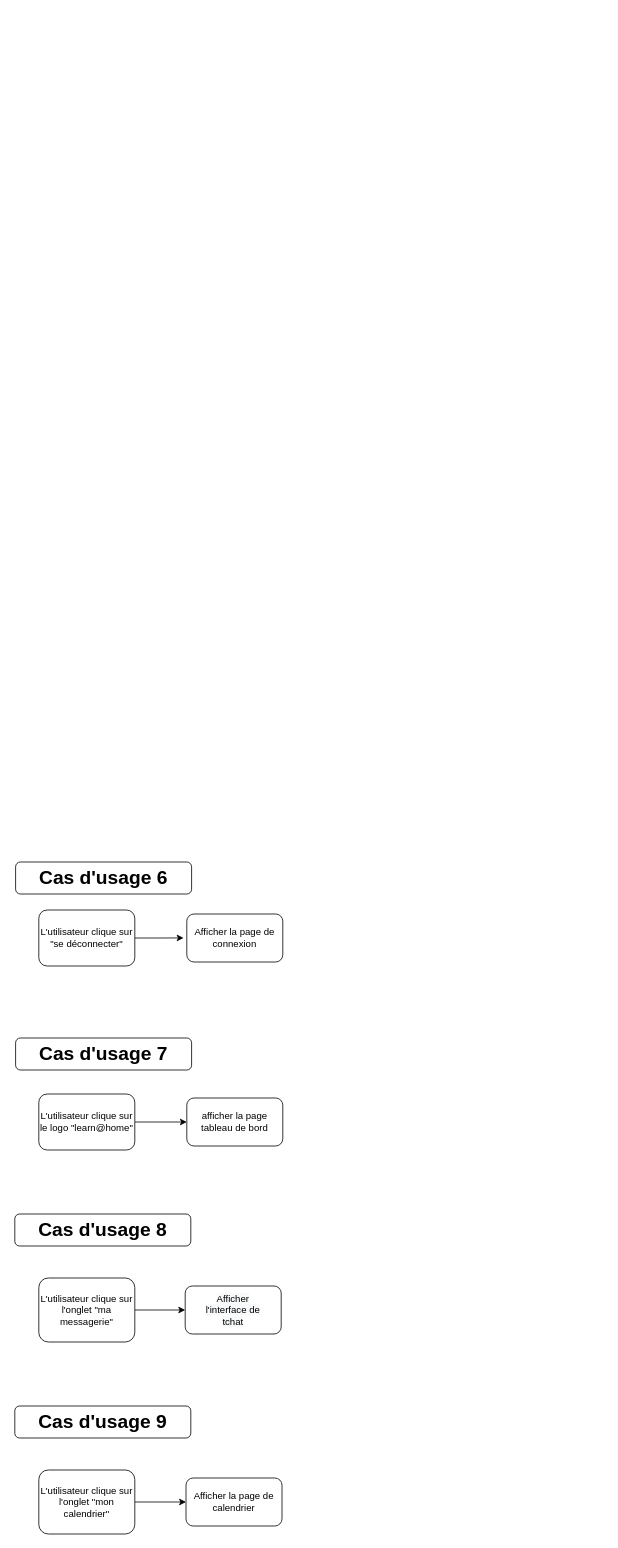
This is page "Page de calendrier" (4 of 5) of Learn@Home_Diagrammes.drawio from Adv13/DENIE_Tiffany_10_03032022, a draw.io file, before an edit. Source tidied: cells renumbered, new cells numbered last; positions are measured from the earlier drawing's top-left corner, leaving out a move shared by most shapes. Both pictures are drawn from the tidied source at 80%, with x=0, y=0 at pixel (14, 862).
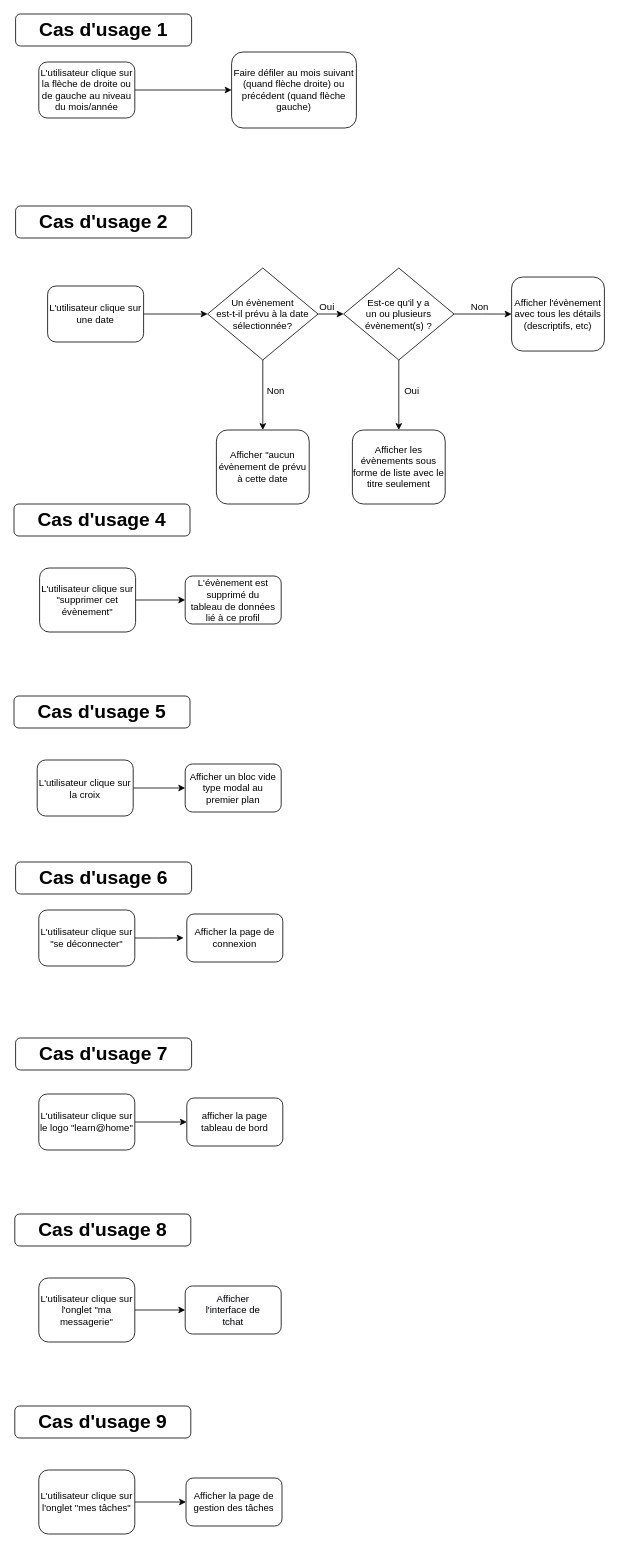
The same diagram, later.

What changed in the source:
```diff
@@
-    <mxCell id="15" value="L'utilisateur clique sur l'onglet &quot;mon calendrier&quot;" style="rounded=1;whiteSpace=wrap;html=1;fontSize=12;" parent="1" vertex="1">
+    <mxCell id="15" value="L'utilisateur clique sur l'onglet &quot;mes tâches&quot;" style="rounded=1;whiteSpace=wrap;html=1;fontSize=12;" parent="1" vertex="1">
       <mxGeometry x="30" y="760" width="120" height="80" as="geometry" />
     </mxCell>
-    <mxCell id="16" value="Afficher la page de calendrier" style="rounded=1;whiteSpace=wrap;html=1;fontSize=12;" parent="1" vertex="1">
+    <mxCell id="16" value="Afficher la page de gestion des tâches" style="rounded=1;whiteSpace=wrap;html=1;fontSize=12;" parent="1" vertex="1">
       <mxGeometry x="214" y="770" width="120" height="60" as="geometry" />
     </mxCell>
@@
+    <mxCell id="18" style="edgeStyle=orthogonalEdgeStyle;rounded=0;jettySize=auto;html=1;exitX=1;exitY=0.5;exitDx=0;exitDy=0;fontSize=12;" parent="1" edge="1" source="19" target="20">
+      <mxGeometry relative="1" as="geometry" />
+    </mxCell>
+    <mxCell id="19" value="L'utilisateur clique sur la flèche de droite ou de gauche au niveau du mois/année" style="rounded=1;whiteSpace=wrap;html=1;fontSize=12;" parent="1" vertex="1">
+      <mxGeometry x="30" y="-1000" width="120" height="70" as="geometry" />
+    </mxCell>
+    <mxCell id="20" value="Faire défiler au mois suivant (quand flèche droite) ou précédent (quand flèche gauche)" style="rounded=1;whiteSpace=wrap;html=1;fontSize=12;" parent="1" vertex="1">
+      <mxGeometry x="271" y="-1012.5" width="156" height="95" as="geometry" />
+    </mxCell>
+    <mxCell id="21" value="&lt;b&gt;&lt;font style=&quot;font-size: 24px&quot;&gt;Cas d'usage 1&lt;/font&gt;&lt;/b&gt;" style="rounded=1;whiteSpace=wrap;html=1;fontSize=12;glass=0;strokeWidth=1;shadow=0;" parent="1" vertex="1">
+      <mxGeometry x="1" y="-1060" width="220" height="40" as="geometry" />
+    </mxCell>
+    <mxCell id="22" style="edgeStyle=orthogonalEdgeStyle;rounded=0;jettySize=auto;html=1;exitX=1;exitY=0.5;exitDx=0;exitDy=0;entryX=0;entryY=0.5;entryDx=0;entryDy=0;fontSize=12;" parent="1" edge="1" source="23" target="28">
+      <mxGeometry relative="1" as="geometry" />
+    </mxCell>
+    <mxCell id="23" value="L'utilisateur clique sur une date" style="rounded=1;whiteSpace=wrap;html=1;fontSize=12;" parent="1" vertex="1">
+      <mxGeometry x="41" y="-720" width="120" height="70" as="geometry" />
+    </mxCell>
+    <mxCell id="24" value="Afficher l'évènement avec tous les détails (descriptifs, etc)" style="rounded=1;whiteSpace=wrap;html=1;fontSize=12;" parent="1" vertex="1">
+      <mxGeometry x="621" y="-731.2" width="116" height="92.5" as="geometry" />
+    </mxCell>
+    <mxCell id="25" value="&lt;b&gt;&lt;font style=&quot;font-size: 24px&quot;&gt;Cas d'usage 2&lt;/font&gt;&lt;/b&gt;" style="rounded=1;whiteSpace=wrap;html=1;fontSize=12;glass=0;strokeWidth=1;shadow=0;" parent="1" vertex="1">
+      <mxGeometry x="1" y="-820" width="220" height="40" as="geometry" />
+    </mxCell>
+    <mxCell id="26" style="edgeStyle=orthogonalEdgeStyle;rounded=0;jettySize=auto;html=1;exitX=1;exitY=0.5;exitDx=0;exitDy=0;entryX=0;entryY=0.5;entryDx=0;entryDy=0;fontSize=12;" parent="1" edge="1" source="28" target="31">
+      <mxGeometry relative="1" as="geometry" />
+    </mxCell>
+    <mxCell id="27" style="edgeStyle=orthogonalEdgeStyle;rounded=0;jettySize=auto;html=1;exitX=0.5;exitY=1;exitDx=0;exitDy=0;fontSize=12;" parent="1" edge="1" source="28" target="33">
+      <mxGeometry relative="1" as="geometry" />
+    </mxCell>
+    <mxCell id="28" value="Un évènement&lt;br&gt;est-t-il prévu à la date sélectionnée?" style="rhombus;whiteSpace=wrap;html=1;fontSize=12;" parent="1" vertex="1">
+      <mxGeometry x="241" y="-742.5" width="138" height="115" as="geometry" />
+    </mxCell>
+    <mxCell id="29" style="edgeStyle=orthogonalEdgeStyle;rounded=0;jettySize=auto;html=1;exitX=1;exitY=0.5;exitDx=0;exitDy=0;entryX=0;entryY=0.5;entryDx=0;entryDy=0;fontSize=12;" parent="1" edge="1" source="31" target="24">
+      <mxGeometry relative="1" as="geometry" />
+    </mxCell>
+    <mxCell id="30" style="edgeStyle=orthogonalEdgeStyle;rounded=0;jettySize=auto;html=1;exitX=0.5;exitY=1;exitDx=0;exitDy=0;entryX=0.5;entryY=0;entryDx=0;entryDy=0;fontSize=12;" parent="1" edge="1" source="31" target="32">
+      <mxGeometry relative="1" as="geometry" />
+    </mxCell>
+    <mxCell id="31" value="Est-ce qu'il y a&lt;br&gt;un ou plusieurs évènement(s) ?" style="rhombus;whiteSpace=wrap;html=1;fontSize=12;" parent="1" vertex="1">
+      <mxGeometry x="411" y="-742.5" width="138" height="115" as="geometry" />
+    </mxCell>
+    <mxCell id="32" value="Afficher les évènements sous forme de liste avec le titre seulement" style="rounded=1;whiteSpace=wrap;html=1;fontSize=12;" parent="1" vertex="1">
+      <mxGeometry x="422" y="-540" width="116" height="92.5" as="geometry" />
+    </mxCell>
+    <mxCell id="33" value="Afficher &quot;aucun évènement de prévu à cette date" style="rounded=1;whiteSpace=wrap;html=1;fontSize=12;" parent="1" vertex="1">
+      <mxGeometry x="252" y="-540" width="116" height="92.5" as="geometry" />
+    </mxCell>
+    <mxCell id="34" value="Oui" style="text;html=1;strokeColor=none;fillColor=none;align=center;verticalAlign=middle;whiteSpace=wrap;rounded=0;fontSize=12;" parent="1" vertex="1">
+      <mxGeometry x="375" y="-705" width="31" height="22.5" as="geometry" />
+    </mxCell>
+    <mxCell id="35" value="Oui" style="text;html=1;strokeColor=none;fillColor=none;align=center;verticalAlign=middle;whiteSpace=wrap;rounded=0;fontSize=12;" parent="1" vertex="1">
+      <mxGeometry x="481" y="-599" width="31" height="22.5" as="geometry" />
+    </mxCell>
+    <mxCell id="36" value="Non" style="text;html=1;strokeColor=none;fillColor=none;align=center;verticalAlign=middle;whiteSpace=wrap;rounded=0;fontSize=12;" parent="1" vertex="1">
+      <mxGeometry x="311" y="-599" width="31" height="22.5" as="geometry" />
+    </mxCell>
+    <mxCell id="37" value="Non" style="text;html=1;strokeColor=none;fillColor=none;align=center;verticalAlign=middle;whiteSpace=wrap;rounded=0;fontSize=12;" parent="1" vertex="1">
+      <mxGeometry x="566" y="-704" width="31" height="22.5" as="geometry" />
+    </mxCell>
+    <mxCell id="38" style="edgeStyle=orthogonalEdgeStyle;rounded=0;jettySize=auto;html=1;exitX=1;exitY=0.5;exitDx=0;exitDy=0;entryX=0;entryY=0.5;entryDx=0;entryDy=0;fontSize=12;" parent="1" edge="1" source="39" target="40">
+      <mxGeometry relative="1" as="geometry" />
+    </mxCell>
+    <mxCell id="39" value="L'utilisateur clique sur &quot;supprimer cet évènement&quot;" style="rounded=1;whiteSpace=wrap;html=1;fontSize=12;" parent="1" vertex="1">
+      <mxGeometry x="31" y="-367.5" width="120" height="80" as="geometry" />
+    </mxCell>
+    <mxCell id="40" value="L'évènement est supprimé du&lt;br&gt;tableau de données lié à ce profil" style="rounded=1;whiteSpace=wrap;html=1;fontSize=12;" parent="1" vertex="1">
+      <mxGeometry x="213" y="-357.5" width="120" height="60" as="geometry" />
+    </mxCell>
+    <mxCell id="41" style="edgeStyle=orthogonalEdgeStyle;rounded=0;jettySize=auto;html=1;exitX=1;exitY=0.5;exitDx=0;exitDy=0;entryX=0;entryY=0.5;entryDx=0;entryDy=0;fontSize=12;" parent="1" edge="1" source="42" target="43">
+      <mxGeometry relative="1" as="geometry" />
+    </mxCell>
+    <mxCell id="42" value="L'utilisateur clique sur la croix" style="rounded=1;whiteSpace=wrap;html=1;fontSize=12;" parent="1" vertex="1">
+      <mxGeometry x="28" y="-127.5" width="120" height="70" as="geometry" />
+    </mxCell>
+    <mxCell id="43" value="Afficher un bloc vide type modal au premier plan" style="rounded=1;whiteSpace=wrap;html=1;fontSize=12;" parent="1" vertex="1">
+      <mxGeometry x="213" y="-122.5" width="120" height="60" as="geometry" />
+    </mxCell>
+    <mxCell id="44" value="&lt;b&gt;&lt;font style=&quot;font-size: 24px&quot;&gt;Cas d'usage 4&lt;/font&gt;&lt;/b&gt;" style="rounded=1;whiteSpace=wrap;html=1;fontSize=12;glass=0;strokeWidth=1;shadow=0;" parent="1" vertex="1">
+      <mxGeometry x="-1" y="-447.5" width="220" height="40" as="geometry" />
+    </mxCell>
+    <mxCell id="45" value="&lt;b&gt;&lt;font style=&quot;font-size: 24px&quot;&gt;Cas d'usage 5&lt;/font&gt;&lt;/b&gt;" style="rounded=1;whiteSpace=wrap;html=1;fontSize=12;glass=0;strokeWidth=1;shadow=0;" parent="1" vertex="1">
+      <mxGeometry x="-1" y="-207.5" width="220" height="40" as="geometry" />
+    </mxCell>
```
